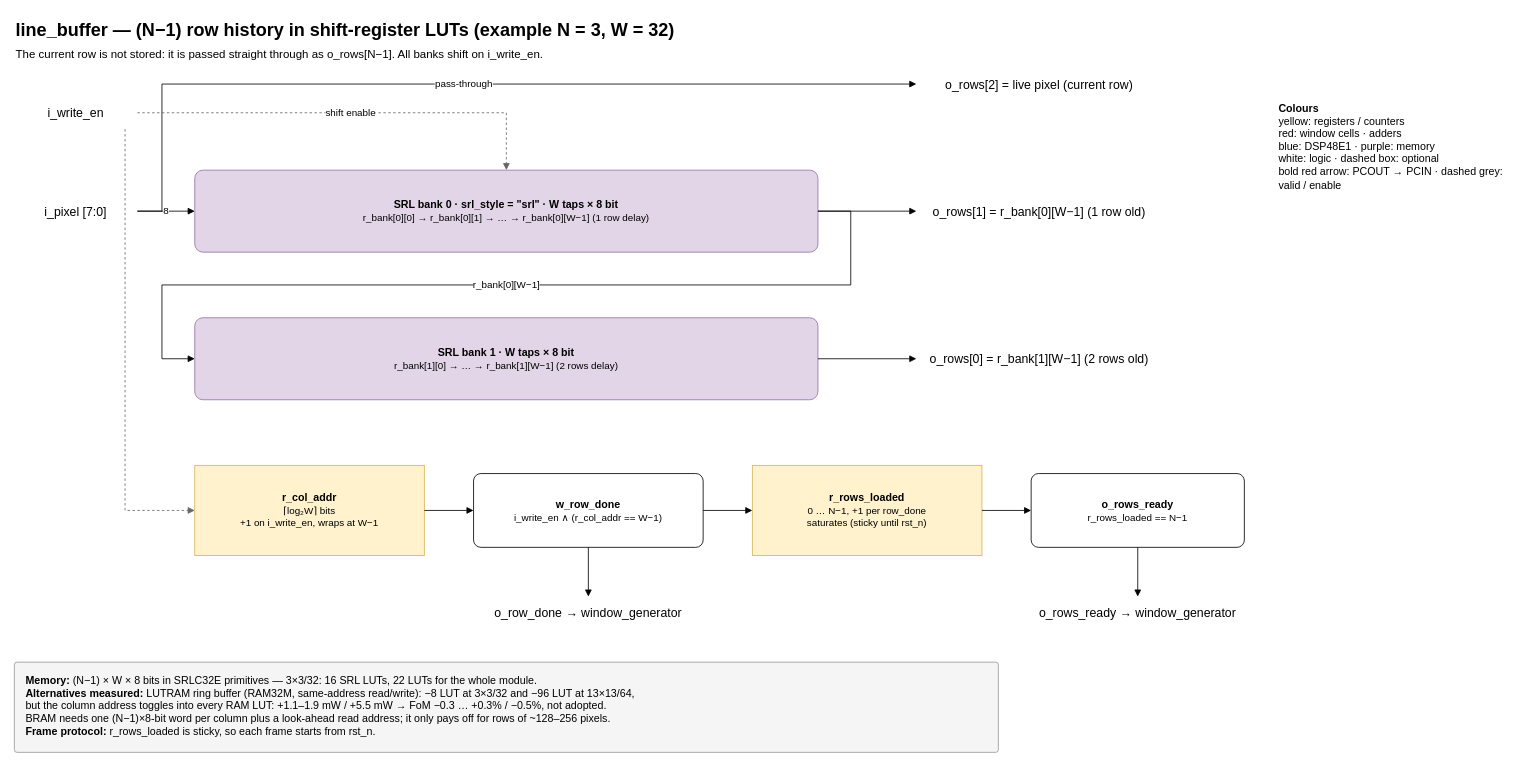
Before: page "3 Line buffer" (4 of 15) of docs/resources/diagrams/conv_system_architecture.drawio in AshrafByte/FPGA-CNN-Accelerator, a draw.io diagram. Source tidied: cells renumbered, new cells numbered last; positions are measured from the earlier drawing's top-left corner, leaving out a move shared by most shapes. Both pictures are drawn from the tidied source at 82%, with x=0, y=0 at pixel (14, 14).
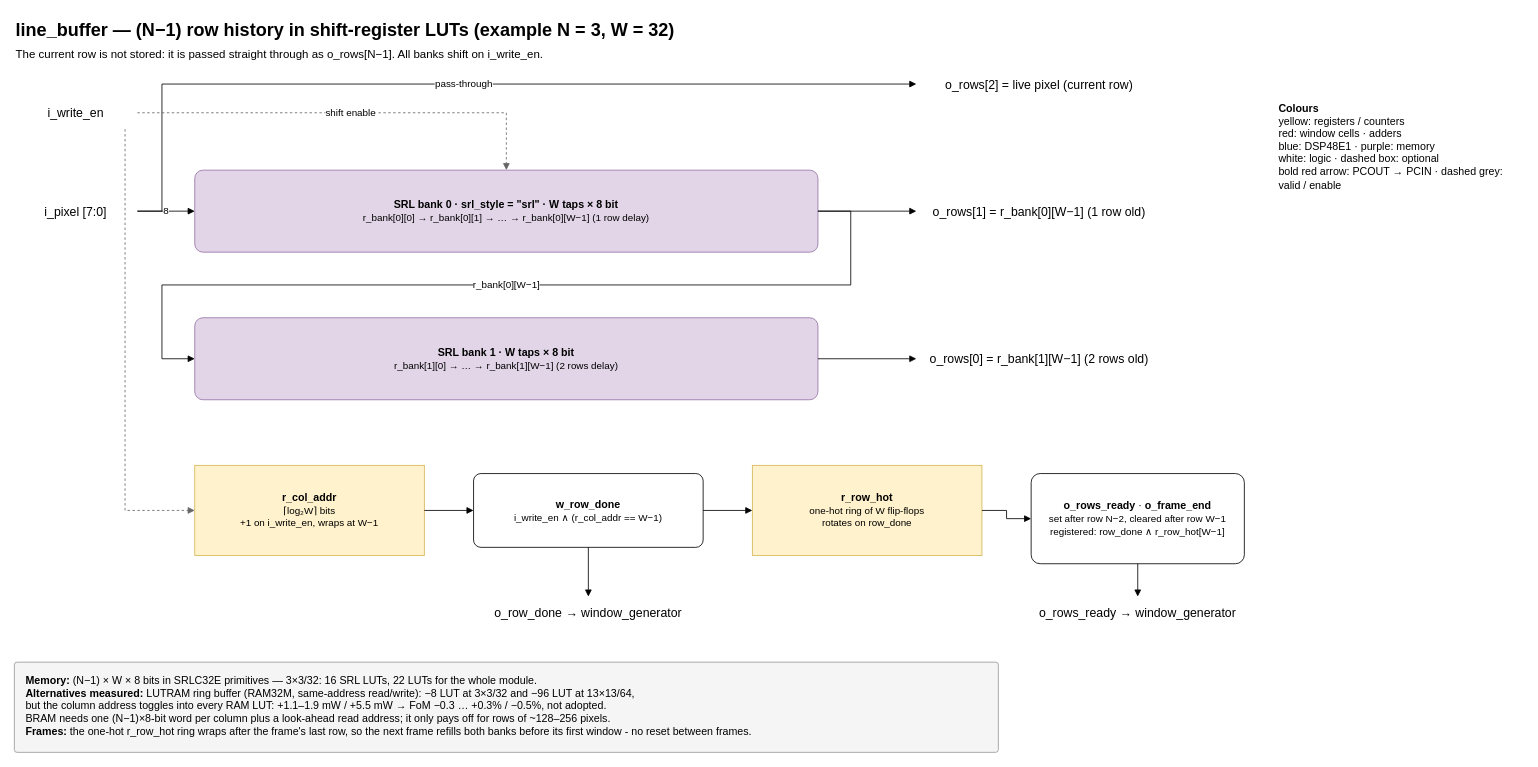
The same page after the edit.

What changed in the source:
```diff
@@
-    <mxCell id="19" value="&lt;b&gt;r_rows_loaded&lt;/b&gt;&lt;br&gt;&lt;font style=&quot;font-size:12px&quot;&gt;0 … N−1, +1 per row_done&lt;br&gt;saturates (sticky until rst_n)&lt;/font&gt;" style="whiteSpace=wrap;html=1;fontSize=13;rounded=0;fillColor=#fff2cc;strokeColor=#d6b656;" parent="1" vertex="1">
+    <mxCell id="19" value="&lt;b&gt;r_row_hot&lt;/b&gt;&lt;br&gt;&lt;font style=&quot;font-size:12px&quot;&gt;one-hot ring of W flip-flops&lt;br&gt;rotates on row_done&lt;/font&gt;" style="whiteSpace=wrap;html=1;fontSize=13;rounded=0;fillColor=#fff2cc;strokeColor=#d6b656;" parent="1" vertex="1">
       <mxGeometry x="900" y="550" width="280" height="110" as="geometry" />
     </mxCell>
-    <mxCell id="20" value="&lt;b&gt;o_rows_ready&lt;/b&gt;&lt;br&gt;&lt;font style=&quot;font-size:12px&quot;&gt;r_rows_loaded == N−1&lt;/font&gt;" style="whiteSpace=wrap;html=1;fontSize=13;rounded=1;arcSize=10;fillColor=#ffffff;strokeColor=#000000;" parent="1" vertex="1">
-      <mxGeometry x="1240" y="560" width="260" height="90" as="geometry" />
+    <mxCell id="20" value="&lt;b&gt;o_rows_ready&lt;/b&gt; · &lt;b&gt;o_frame_end&lt;/b&gt;&lt;br&gt;&lt;font style=&quot;font-size:12px&quot;&gt;set after row N−2, cleared after row W−1&lt;br&gt;registered: row_done ∧ r_row_hot[W−1]&lt;/font&gt;" style="whiteSpace=wrap;html=1;fontSize=13;rounded=1;arcSize=10;fillColor=#ffffff;strokeColor=#000000;" parent="1" vertex="1">
+      <mxGeometry x="1240" y="560" width="260" height="110" as="geometry" />
     </mxCell>
@@
-    <mxCell id="29" value="&lt;b&gt;Memory:&lt;/b&gt; (N−1) × W × 8 bits in SRLC32E primitives — 3×3/32: 16 SRL LUTs, 22 LUTs for the whole module.&lt;br&gt;&lt;b&gt;Alternatives measured:&lt;/b&gt; LUTRAM ring buffer (RAM32M, same-address read/write): −8 LUT at 3×3/32 and −96 LUT at 13×13/64,&lt;br&gt;but the column address toggles into every RAM LUT: +1.1–1.9 mW / +5.5 mW → FoM −0.3 … +0.3% / −0.5%, not adopted.&lt;br&gt;BRAM needs one (N−1)×8-bit word per column plus a look-ahead read address; it only pays off for rows of ~128–256 pixels.&lt;br&gt;&lt;b&gt;Frame protocol:&lt;/b&gt; r_rows_loaded is sticky, so each frame starts from rst_n." style="whiteSpace=wrap;html=1;fontSize=13;rounded=1;arcSize=3;fillColor=#f5f5f5;strokeColor=#999999;align=left;verticalAlign=top;spacingLeft=12;spacingTop=8;spacingRight=6;" parent="1" vertex="1">
+    <mxCell id="29" value="&lt;b&gt;Memory:&lt;/b&gt; (N−1) × W × 8 bits in SRLC32E primitives — 3×3/32: 16 SRL LUTs, 22 LUTs for the whole module.&lt;br&gt;&lt;b&gt;Alternatives measured:&lt;/b&gt; LUTRAM ring buffer (RAM32M, same-address read/write): −8 LUT at 3×3/32 and −96 LUT at 13×13/64,&lt;br&gt;but the column address toggles into every RAM LUT: +1.1–1.9 mW / +5.5 mW → FoM −0.3 … +0.3% / −0.5%, not adopted.&lt;br&gt;BRAM needs one (N−1)×8-bit word per column plus a look-ahead read address; it only pays off for rows of ~128–256 pixels.&lt;br&gt;&lt;b&gt;Frames:&lt;/b&gt; the one-hot r_row_hot ring wraps after the frame's last row, so the next frame refills both banks before its first window - no reset between frames." style="whiteSpace=wrap;html=1;fontSize=13;rounded=1;arcSize=3;fillColor=#f5f5f5;strokeColor=#999999;align=left;verticalAlign=top;spacingLeft=12;spacingTop=8;spacingRight=6;" parent="1" vertex="1">
       <mxGeometry y="790" width="1200" height="110" as="geometry" />
     </mxCell>
```
